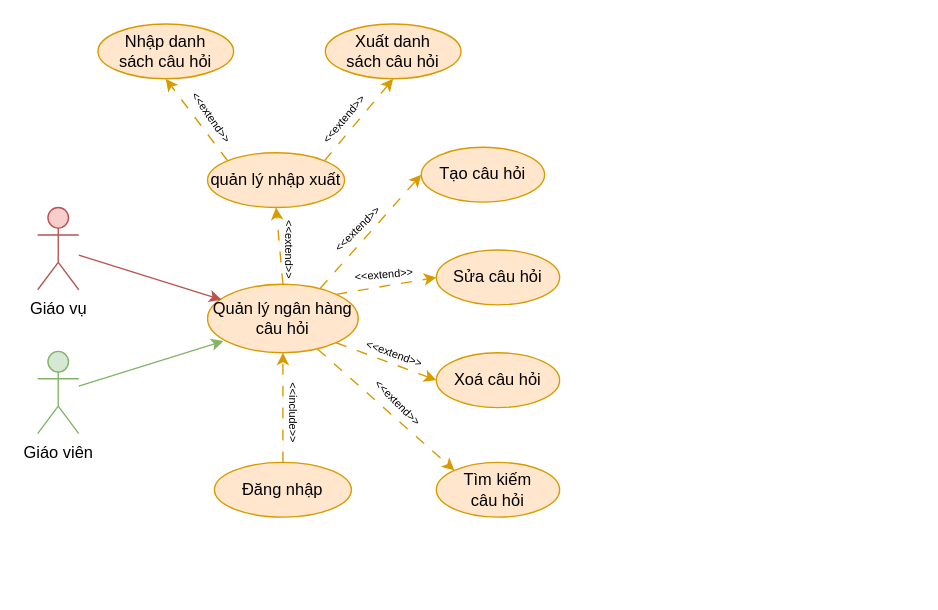
This is document/temp/draw/usecase_phanra/usecase_nganhangcauhoi.drawio from copecute/Edudex-Quiz, a draw.io file, before an edit. Source tidied: cells renumbered, new cells numbered last; positions are measured from the earlier drawing's top-left corner, leaving out a move shared by most shapes. Both pictures are drawn from the tidied source at 137%, with x=0, y=0 at pixel (37, 23).
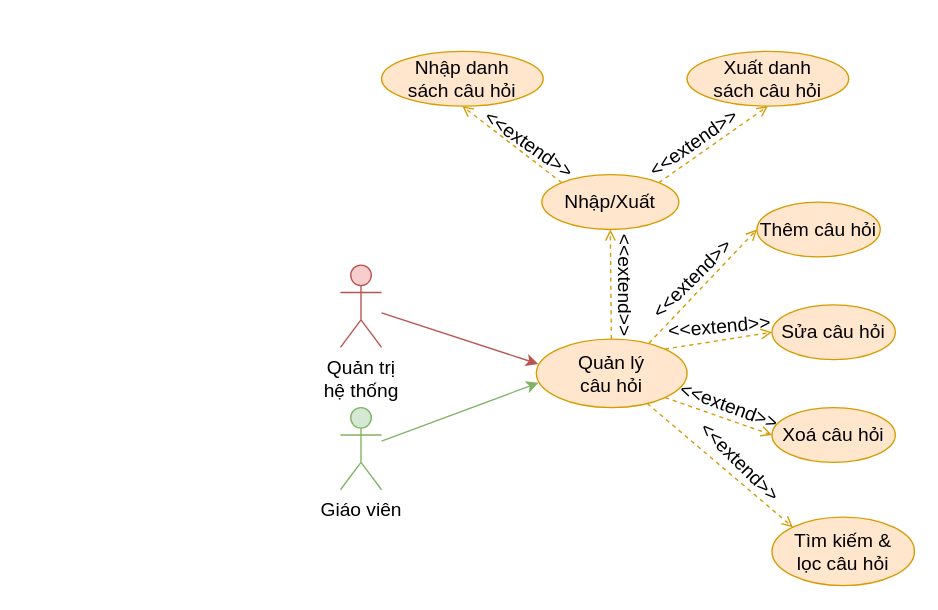
Above is the later version.

The edit, as a diff of the source:
```diff
@@
-    <mxCell id="2" value="&lt;font style=&quot;font-size: 8px;&quot;&gt;&amp;lt;&amp;lt;extend&amp;gt;&amp;gt;&lt;/font&gt;" style="text;html=1;strokeColor=none;fillColor=none;align=center;verticalAlign=middle;whiteSpace=wrap;rounded=0;rotation=90;" parent="1" vertex="1">
-      <mxGeometry x="155" y="150" width="60" height="30" as="geometry" />
-    </mxCell>
-    <mxCell id="3" style="rounded=0;jettySize=auto;html=1;entryX=0;entryY=0;entryDx=0;entryDy=0;fillColor=#ffe6cc;strokeColor=#d79b00;dashed=1;dashPattern=8 8;" parent="1" edge="1" source="5" target="12">
-      <mxGeometry relative="1" as="geometry" />
-    </mxCell>
-    <mxCell id="4" style="rounded=0;jettySize=auto;html=1;exitX=0.5;exitY=0;exitDx=0;exitDy=0;entryX=0.5;entryY=1;entryDx=0;entryDy=0;fillColor=#ffe6cc;strokeColor=#d79b00;dashed=1;dashPattern=8 8;" parent="1" edge="1" source="5" target="19">
-      <mxGeometry relative="1" as="geometry" />
-    </mxCell>
-    <mxCell id="5" value="Quản lý ngân hàng câu hỏi" style="ellipse;whiteSpace=wrap;html=1;fillColor=#ffe6cc;strokeColor=#d79b00;" parent="1" vertex="1">
-      <mxGeometry x="124" y="190" width="110" height="50" as="geometry" />
-    </mxCell>
-    <mxCell id="6" style="rounded=0;jettySize=auto;html=1;entryX=0;entryY=0.5;entryDx=0;entryDy=0;fillColor=#ffe6cc;strokeColor=#d79b00;exitX=0.747;exitY=0.061;exitDx=0;exitDy=0;exitPerimeter=0;dashed=1;dashPattern=8 8;" parent="1" edge="1" source="5" target="9">
-      <mxGeometry relative="1" as="geometry" />
-    </mxCell>
-    <mxCell id="7" style="rounded=0;jettySize=auto;html=1;entryX=0;entryY=0.5;entryDx=0;entryDy=0;fillColor=#ffe6cc;strokeColor=#d79b00;exitX=1;exitY=0;exitDx=0;exitDy=0;dashed=1;dashPattern=8 8;" parent="1" edge="1" source="5" target="10">
-      <mxGeometry relative="1" as="geometry" />
-    </mxCell>
-    <mxCell id="8" style="rounded=0;jettySize=auto;html=1;exitX=1;exitY=1;exitDx=0;exitDy=0;entryX=0;entryY=0.5;entryDx=0;entryDy=0;fillColor=#ffe6cc;strokeColor=#d79b00;dashed=1;dashPattern=8 8;" parent="1" edge="1" source="5" target="11">
-      <mxGeometry relative="1" as="geometry" />
-    </mxCell>
-    <mxCell id="9" value="Tạo câu hỏi" style="ellipse;whiteSpace=wrap;html=1;fillColor=#ffe6cc;strokeColor=#d79b00;" parent="1" vertex="1">
-      <mxGeometry x="280" y="90" width="90" height="40" as="geometry" />
-    </mxCell>
+    <mxCell id="31" style="rounded=0;jettySize=auto;html=1;entryX=0;entryY=0;entryDx=0;entryDy=0;fillColor=#ffe6cc;strokeColor=#d79b00;dashed=1;fontSize=14;endArrow=open;endFill=0;" parent="1" edge="1" source="33" target="38">
+      <mxGeometry relative="1" as="geometry" />
+    </mxCell>
+    <mxCell id="32" style="rounded=0;jettySize=auto;html=1;entryX=0.5;entryY=1;entryDx=0;entryDy=0;fillColor=#ffe6cc;strokeColor=#d79b00;dashed=1;fontSize=14;endArrow=open;endFill=0;" parent="1" edge="1" source="33" target="45">
+      <mxGeometry relative="1" as="geometry" />
+    </mxCell>
+    <mxCell id="33" value="Quản lý&lt;br&gt;câu hỏi" style="ellipse;whiteSpace=wrap;html=1;fillColor=#ffe6cc;strokeColor=#d79b00;fontSize=14;" parent="1" vertex="1">
+      <mxGeometry x="364" y="230" width="110" height="50" as="geometry" />
+    </mxCell>
+    <mxCell id="34" style="rounded=0;jettySize=auto;html=1;entryX=0;entryY=0.5;entryDx=0;entryDy=0;fillColor=#ffe6cc;strokeColor=#d79b00;exitX=0.747;exitY=0.061;exitDx=0;exitDy=0;exitPerimeter=0;dashed=1;fontSize=14;endArrow=open;endFill=0;" parent="1" edge="1" source="33" target="37">
+      <mxGeometry relative="1" as="geometry" />
+    </mxCell>
+    <mxCell id="35" style="rounded=0;jettySize=auto;html=1;entryX=0;entryY=0.5;entryDx=0;entryDy=0;fillColor=#ffe6cc;strokeColor=#d79b00;exitX=1;exitY=0;exitDx=0;exitDy=0;dashed=1;fontSize=14;endArrow=open;endFill=0;" parent="1" edge="1" source="33" target="10">
+      <mxGeometry relative="1" as="geometry" />
+    </mxCell>
+    <mxCell id="36" style="rounded=0;jettySize=auto;html=1;exitX=1;exitY=1;exitDx=0;exitDy=0;entryX=0;entryY=0.5;entryDx=0;entryDy=0;fillColor=#ffe6cc;strokeColor=#d79b00;dashed=1;fontSize=14;endArrow=open;endFill=0;" parent="1" edge="1" source="33" target="11">
+      <mxGeometry relative="1" as="geometry" />
+    </mxCell>
+    <mxCell id="37" value="Thêm câu hỏi" style="ellipse;whiteSpace=wrap;html=1;fillColor=#ffe6cc;strokeColor=#d79b00;fontSize=14;" parent="1" vertex="1">
+      <mxGeometry x="525" y="130" width="90" height="40" as="geometry" />
+    </mxCell>
-    <mxCell id="10" value="Sửa câu hỏi" style="ellipse;whiteSpace=wrap;html=1;fillColor=#ffe6cc;strokeColor=#d79b00;" parent="1" vertex="1">
-      <mxGeometry x="291" y="165" width="90" height="40" as="geometry" />
+    <mxCell id="10" value="Sửa câu hỏi" style="ellipse;whiteSpace=wrap;html=1;fillColor=#ffe6cc;strokeColor=#d79b00;fontSize=14;" parent="1" vertex="1">
+      <mxGeometry x="536" y="205" width="90" height="40" as="geometry" />
     </mxCell>
-    <mxCell id="11" value="Xoá câu hỏi" style="ellipse;whiteSpace=wrap;html=1;fillColor=#ffe6cc;strokeColor=#d79b00;" parent="1" vertex="1">
-      <mxGeometry x="291" y="240" width="90" height="40" as="geometry" />
+    <mxCell id="11" value="Xoá câu hỏi" style="ellipse;whiteSpace=wrap;html=1;fillColor=#ffe6cc;strokeColor=#d79b00;fontSize=14;" parent="1" vertex="1">
+      <mxGeometry x="536" y="280" width="90" height="40" as="geometry" />
     </mxCell>
-    <mxCell id="12" value="Tìm kiếm&lt;br&gt;câu hỏi" style="ellipse;whiteSpace=wrap;html=1;fillColor=#ffe6cc;strokeColor=#d79b00;" parent="1" vertex="1">
-      <mxGeometry x="291" y="320" width="90" height="40" as="geometry" />
-    </mxCell>
-    <mxCell id="13" value="&lt;font style=&quot;font-size: 8px;&quot;&gt;&amp;lt;&amp;lt;extend&amp;gt;&amp;gt;&lt;/font&gt;" style="text;html=1;strokeColor=none;fillColor=none;align=center;verticalAlign=middle;whiteSpace=wrap;rounded=0;rotation=-45;" parent="1" vertex="1">
-      <mxGeometry x="203" y="134" width="60" height="30" as="geometry" />
-    </mxCell>
-    <mxCell id="14" value="&lt;font style=&quot;font-size: 8px;&quot;&gt;&amp;lt;&amp;lt;extend&amp;gt;&amp;gt;&lt;/font&gt;" style="text;html=1;strokeColor=none;fillColor=none;align=center;verticalAlign=middle;whiteSpace=wrap;rounded=0;rotation=-5;" parent="1" vertex="1">
-      <mxGeometry x="223" y="167" width="60" height="30" as="geometry" />
-    </mxCell>
-    <mxCell id="15" value="&lt;font style=&quot;font-size: 8px;&quot;&gt;&amp;lt;&amp;lt;extend&amp;gt;&amp;gt;&lt;/font&gt;" style="text;html=1;strokeColor=none;fillColor=none;align=center;verticalAlign=middle;whiteSpace=wrap;rounded=0;rotation=20;" parent="1" vertex="1">
-      <mxGeometry x="231" y="225" width="60" height="30" as="geometry" />
-    </mxCell>
-    <mxCell id="16" value="&lt;font style=&quot;font-size: 8px;&quot;&gt;&amp;lt;&amp;lt;extend&amp;gt;&amp;gt;&lt;/font&gt;" style="text;html=1;strokeColor=none;fillColor=none;align=center;verticalAlign=middle;whiteSpace=wrap;rounded=0;rotation=45;" parent="1" vertex="1">
-      <mxGeometry x="234" y="261" width="60" height="30" as="geometry" />
-    </mxCell>
-    <mxCell id="17" style="rounded=0;jettySize=auto;html=1;exitX=0;exitY=0;exitDx=0;exitDy=0;entryX=0.5;entryY=1;entryDx=0;entryDy=0;dashed=1;dashPattern=8 8;fillColor=#ffe6cc;strokeColor=#d79b00;" parent="1" edge="1" source="19" target="21">
-      <mxGeometry relative="1" as="geometry" />
-    </mxCell>
-    <mxCell id="18" style="rounded=0;jettySize=auto;html=1;exitX=1;exitY=0;exitDx=0;exitDy=0;entryX=0.5;entryY=1;entryDx=0;entryDy=0;dashed=1;dashPattern=8 8;fillColor=#ffe6cc;strokeColor=#d79b00;" parent="1" edge="1" source="19" target="20">
-      <mxGeometry relative="1" as="geometry" />
-    </mxCell>
-    <mxCell id="19" value="quản lý nhập xuất" style="ellipse;whiteSpace=wrap;html=1;fillColor=#ffe6cc;strokeColor=#d79b00;" parent="1" vertex="1">
-      <mxGeometry x="124" y="94" width="100" height="40" as="geometry" />
-    </mxCell>
+    <mxCell id="38" value="Tìm kiếm &amp;amp;&lt;br style=&quot;font-size: 14px;&quot;&gt;lọc câu hỏi" style="ellipse;whiteSpace=wrap;html=1;fillColor=#ffe6cc;strokeColor=#d79b00;fontSize=14;" parent="1" vertex="1">
+      <mxGeometry x="536" y="360" width="104" height="50" as="geometry" />
+    </mxCell>
+    <mxCell id="39" value="&lt;font style=&quot;font-size: 14px;&quot;&gt;&amp;lt;&amp;lt;extend&amp;gt;&amp;gt;&lt;/font&gt;" style="text;html=1;strokeColor=none;fillColor=none;align=center;verticalAlign=middle;whiteSpace=wrap;rounded=0;rotation=-45;fontSize=14;" parent="1" vertex="1">
+      <mxGeometry x="448" y="171" width="60" height="30" as="geometry" />
+    </mxCell>
+    <mxCell id="40" value="&lt;font style=&quot;font-size: 14px;&quot;&gt;&amp;lt;&amp;lt;extend&amp;gt;&amp;gt;&lt;/font&gt;" style="text;html=1;strokeColor=none;fillColor=none;align=center;verticalAlign=middle;whiteSpace=wrap;rounded=0;rotation=-5;fontSize=14;" parent="1" vertex="1">
+      <mxGeometry x="468" y="206" width="60" height="30" as="geometry" />
+    </mxCell>
+    <mxCell id="41" value="&lt;font style=&quot;font-size: 14px;&quot;&gt;&amp;lt;&amp;lt;extend&amp;gt;&amp;gt;&lt;/font&gt;" style="text;html=1;strokeColor=none;fillColor=none;align=center;verticalAlign=middle;whiteSpace=wrap;rounded=0;rotation=20;fontSize=14;" parent="1" vertex="1">
+      <mxGeometry x="475" y="264" width="60" height="30" as="geometry" />
+    </mxCell>
+    <mxCell id="42" value="&lt;font style=&quot;font-size: 14px;&quot;&gt;&amp;lt;&amp;lt;extend&amp;gt;&amp;gt;&lt;/font&gt;" style="text;html=1;strokeColor=none;fillColor=none;align=center;verticalAlign=middle;whiteSpace=wrap;rounded=0;rotation=45;fontSize=14;" parent="1" vertex="1">
+      <mxGeometry x="483" y="305" width="60" height="30" as="geometry" />
+    </mxCell>
+    <mxCell id="43" style="rounded=0;jettySize=auto;html=1;exitX=0;exitY=0;exitDx=0;exitDy=0;dashed=1;fillColor=#ffe6cc;strokeColor=#d79b00;fontSize=14;endArrow=open;endFill=0;" parent="1" edge="1" source="45">
+      <mxGeometry relative="1" as="geometry">
+        <mxPoint x="310" y="60" as="targetPoint" />
+      </mxGeometry>
+    </mxCell>
+    <mxCell id="44" style="rounded=0;jettySize=auto;html=1;exitX=1;exitY=0;exitDx=0;exitDy=0;dashed=1;fillColor=#ffe6cc;strokeColor=#d79b00;fontSize=14;entryX=0.5;entryY=1;entryDx=0;entryDy=0;endArrow=open;endFill=0;" parent="1" edge="1" source="45" target="20">
+      <mxGeometry relative="1" as="geometry" />
+    </mxCell>
+    <mxCell id="45" value="Nhập/Xuất" style="ellipse;whiteSpace=wrap;html=1;fillColor=#ffe6cc;strokeColor=#d79b00;fontSize=14;" parent="1" vertex="1">
+      <mxGeometry x="368" y="110" width="100" height="40" as="geometry" />
+    </mxCell>
+    <mxCell id="46" value="&lt;font style=&quot;font-size: 14px;&quot;&gt;&amp;lt;&amp;lt;extend&amp;gt;&amp;gt;&lt;/font&gt;" style="text;html=1;strokeColor=none;fillColor=none;align=center;verticalAlign=middle;whiteSpace=wrap;rounded=0;rotation=90;fontSize=14;" parent="1" vertex="1">
+      <mxGeometry x="399" y="176" width="60" height="30" as="geometry" />
+    </mxCell>
+    <mxCell id="21" value="Nhập danh&lt;br style=&quot;font-size: 14px;&quot;&gt;sách câu hỏi" style="ellipse;whiteSpace=wrap;html=1;fillColor=#ffe6cc;strokeColor=#d79b00;fontSize=14;" parent="1" vertex="1">
+      <mxGeometry x="251" y="20" width="118" height="40" as="geometry" />
+    </mxCell>
+    <mxCell id="47" value="&lt;font style=&quot;font-size: 14px;&quot;&gt;&amp;lt;&amp;lt;extend&amp;gt;&amp;gt;&lt;/font&gt;" style="text;html=1;strokeColor=none;fillColor=none;align=center;verticalAlign=middle;whiteSpace=wrap;rounded=0;rotation=35;fontSize=14;" parent="1" vertex="1">
+      <mxGeometry x="329" y="73" width="60" height="30" as="geometry" />
+    </mxCell>
+    <mxCell id="48" value="&lt;font style=&quot;font-size: 14px;&quot;&gt;&amp;lt;&amp;lt;extend&amp;gt;&amp;gt;&lt;/font&gt;" style="text;html=1;strokeColor=none;fillColor=none;align=center;verticalAlign=middle;whiteSpace=wrap;rounded=0;rotation=-35;fontSize=14;" parent="1" vertex="1">
+      <mxGeometry x="449" y="72" width="60" height="30" as="geometry" />
+    </mxCell>
+    <mxCell id="49" style="rounded=0;jettySize=auto;html=1;entryX=0.012;entryY=0.363;entryDx=0;entryDy=0;fillColor=#f8cecc;strokeColor=#b85450;fontSize=14;entryPerimeter=0;" parent="1" edge="1" source="50" target="33">
+      <mxGeometry relative="1" as="geometry" />
+    </mxCell>
+    <mxCell id="50" value="Quản trị&lt;br&gt;hệ thống" style="shape=umlActor;verticalLabelPosition=bottom;verticalAlign=top;html=1;outlineConnect=0;fillColor=#f8cecc;strokeColor=#b85450;fontSize=14;" parent="1" vertex="1">
+      <mxGeometry x="221" y="176" width="30" height="60" as="geometry" />
+    </mxCell>
-    <mxCell id="20" value="Xuất danh&lt;br&gt;sách câu hỏi" style="ellipse;whiteSpace=wrap;html=1;fillColor=#ffe6cc;strokeColor=#d79b00;" parent="1" vertex="1">
-      <mxGeometry x="210" width="99" height="40" as="geometry" />
+    <mxCell id="20" value="Xuất danh&lt;br style=&quot;font-size: 14px;&quot;&gt;sách câu hỏi" style="ellipse;whiteSpace=wrap;html=1;fillColor=#ffe6cc;strokeColor=#d79b00;fontSize=14;" parent="1" vertex="1">
+      <mxGeometry x="474" y="20" width="118" height="40" as="geometry" />
     </mxCell>
-    <mxCell id="21" value="Nhập danh&lt;br&gt;sách câu hỏi" style="ellipse;whiteSpace=wrap;html=1;fillColor=#ffe6cc;strokeColor=#d79b00;" parent="1" vertex="1">
-      <mxGeometry x="44" width="99" height="40" as="geometry" />
-    </mxCell>
-    <mxCell id="22" value="&lt;font style=&quot;font-size: 8px;&quot;&gt;&amp;lt;&amp;lt;extend&amp;gt;&amp;gt;&lt;/font&gt;" style="text;html=1;strokeColor=none;fillColor=none;align=center;verticalAlign=middle;whiteSpace=wrap;rounded=0;rotation=55;" parent="1" vertex="1">
-      <mxGeometry x="98" y="53" width="60" height="30" as="geometry" />
-    </mxCell>
-    <mxCell id="23" value="&lt;font style=&quot;font-size: 8px;&quot;&gt;&amp;lt;&amp;lt;extend&amp;gt;&amp;gt;&lt;/font&gt;" style="text;html=1;strokeColor=none;fillColor=none;align=center;verticalAlign=middle;whiteSpace=wrap;rounded=0;rotation=-50;" parent="1" vertex="1">
-      <mxGeometry x="193" y="54" width="60" height="30" as="geometry" />
-    </mxCell>
-    <mxCell id="24" style="rounded=0;jettySize=auto;html=1;entryX=0;entryY=0;entryDx=0;entryDy=0;fillColor=#f8cecc;strokeColor=#b85450;" parent="1" edge="1" source="25">
-      <mxGeometry relative="1" as="geometry">
-        <mxPoint x="134.2" y="201.3" as="targetPoint" />
-      </mxGeometry>
-    </mxCell>
-    <mxCell id="25" value="Giáo vụ" style="shape=umlActor;verticalLabelPosition=bottom;verticalAlign=top;html=1;outlineConnect=0;fillColor=#f8cecc;strokeColor=#b85450;" parent="1" vertex="1">
-      <mxGeometry y="134" width="30" height="60" as="geometry" />
-    </mxCell>
-    <mxCell id="26" style="rounded=0;jettySize=auto;html=1;entryX=0.106;entryY=0.829;entryDx=0;entryDy=0;fillColor=#d5e8d4;strokeColor=#82b366;entryPerimeter=0;" parent="1" edge="1" source="27" target="5">
-      <mxGeometry relative="1" as="geometry" />
-    </mxCell>
+    <mxCell id="51" style="rounded=0;jettySize=auto;html=1;entryX=0.014;entryY=0.639;entryDx=0;entryDy=0;fillColor=#d5e8d4;strokeColor=#82b366;entryPerimeter=0;" parent="1" edge="1" source="27" target="33">
+      <mxGeometry relative="1" as="geometry" />
+    </mxCell>
-    <mxCell id="27" value="Giáo viên" style="shape=umlActor;verticalLabelPosition=bottom;verticalAlign=top;html=1;outlineConnect=0;fillColor=#d5e8d4;strokeColor=#82b366;" parent="1" vertex="1">
-      <mxGeometry y="239" width="30" height="60" as="geometry" />
+    <mxCell id="27" value="Giáo viên" style="shape=umlActor;verticalLabelPosition=bottom;verticalAlign=top;html=1;outlineConnect=0;fillColor=#d5e8d4;strokeColor=#82b366;fontSize=14;" parent="1" vertex="1">
+      <mxGeometry x="221" y="280" width="30" height="60" as="geometry" />
     </mxCell>
-    <mxCell id="28" style="edgeStyle=orthogonalEdgeStyle;rounded=0;jettySize=auto;html=1;entryX=0.5;entryY=1;entryDx=0;entryDy=0;fillColor=#ffe6cc;strokeColor=#d79b00;dashed=1;dashPattern=8 8;" parent="1" edge="1" source="29" target="5">
-      <mxGeometry relative="1" as="geometry" />
-    </mxCell>
-    <mxCell id="29" value="Đăng nhập" style="ellipse;whiteSpace=wrap;html=1;fillColor=#ffe6cc;strokeColor=#d79b00;" parent="1" vertex="1">
-      <mxGeometry x="129" y="320" width="100" height="40" as="geometry" />
-    </mxCell>
-    <mxCell id="30" value="&lt;font style=&quot;font-size: 8px;&quot;&gt;&amp;lt;&amp;lt;include&amp;gt;&amp;gt;&lt;/font&gt;" style="text;html=1;strokeColor=none;fillColor=none;align=center;verticalAlign=middle;whiteSpace=wrap;rounded=0;rotation=90;" parent="1" vertex="1">
-      <mxGeometry x="158" y="269" width="60" height="30" as="geometry" />
-    </mxCell>
```
